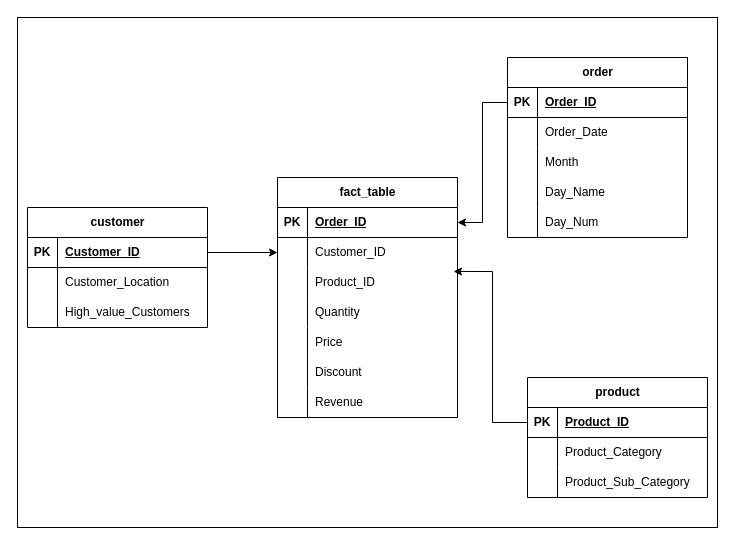
Before: Globex_Retail data_model.drawio in Orinamhe/Globex-Retail-end-to-end-data-engineering-analysis-project, a draw.io diagram. Source tidied: cells renumbered, new cells numbered last; positions are measured from the earlier drawing's top-left corner, leaving out a move shared by most shapes. Both pictures are drawn from the tidied source at 100%, with x=0, y=0 at pixel (17, 17).
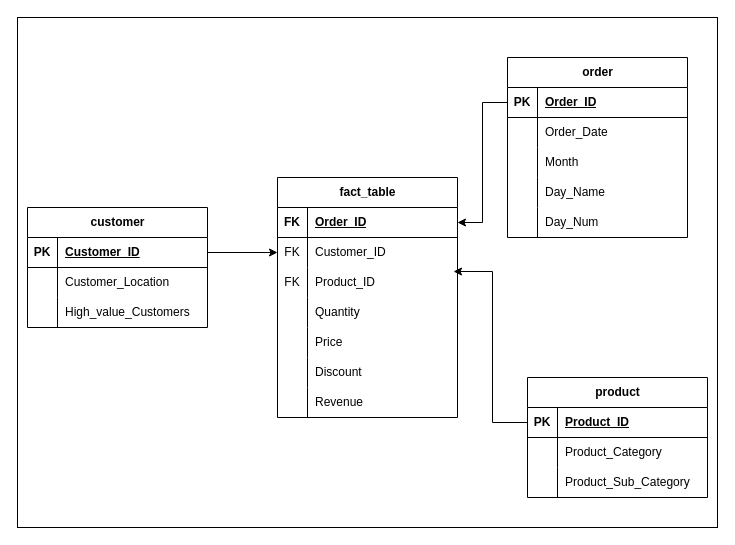
After the change.

Commit message (it also covers changes not shown here):
Final commit - Globex retail data engineering project

The change refers to these unchanged cells:
```xml
<mxCell id="40" style="shape=tableRow;horizontal=0;startSize=0;swimlaneHead=0;swimlaneBody=0;fillColor=none;points=[[0,0.5],[1,0.5]];portConstraint=eastwest;top=0;left=0;right=0;bottom=1;" parent="39" vertex="1">
  <mxGeometry y="30" width="180" height="30" as="geometry" />
</mxCell>
<mxCell id="43" style="shape=tableRow;horizontal=0;startSize=0;swimlaneHead=0;swimlaneBody=0;fillColor=none;points=[[0,0.5],[1,0.5]];portConstraint=eastwest;top=0;left=0;right=0;bottom=0;" parent="39" vertex="1">
  <mxGeometry y="60" width="180" height="30" as="geometry" />
</mxCell>
<mxCell id="46" style="shape=tableRow;horizontal=0;startSize=0;swimlaneHead=0;swimlaneBody=0;fillColor=none;points=[[0,0.5],[1,0.5]];portConstraint=eastwest;top=0;left=0;right=0;bottom=0;" parent="39" vertex="1">
  <mxGeometry y="90" width="180" height="30" as="geometry" />
</mxCell>
```

Diff of the diagram source:
```diff
@@
-    <mxCell id="41" value="PK" style="shape=partialRectangle;fillColor=none;top=0;left=0;bottom=0;right=0;fontStyle=1;overflow=hidden;whiteSpace=wrap;html=1;" parent="40" vertex="1">
+    <mxCell id="41" value="FK" style="shape=partialRectangle;fillColor=none;top=0;left=0;bottom=0;right=0;fontStyle=1;overflow=hidden;whiteSpace=wrap;html=1;" parent="40" vertex="1">
       <mxGeometry width="30" height="30" as="geometry" />
     </mxCell>
@@
-    <mxCell id="44" style="shape=partialRectangle;fillColor=none;top=0;left=0;bottom=0;right=0;overflow=hidden;whiteSpace=wrap;html=1;" parent="43" vertex="1">
+    <mxCell id="44" value="FK" style="shape=partialRectangle;fillColor=none;top=0;left=0;bottom=0;right=0;overflow=hidden;whiteSpace=wrap;html=1;" parent="43" vertex="1">
       <mxGeometry width="30" height="30" as="geometry" />
     </mxCell>
@@
-    <mxCell id="47" style="shape=partialRectangle;fillColor=none;top=0;left=0;bottom=0;right=0;overflow=hidden;whiteSpace=wrap;html=1;" parent="46" vertex="1">
+    <mxCell id="47" value="FK" style="shape=partialRectangle;fillColor=none;top=0;left=0;bottom=0;right=0;overflow=hidden;whiteSpace=wrap;html=1;" parent="46" vertex="1">
       <mxGeometry width="30" height="30" as="geometry" />
     </mxCell>
```
